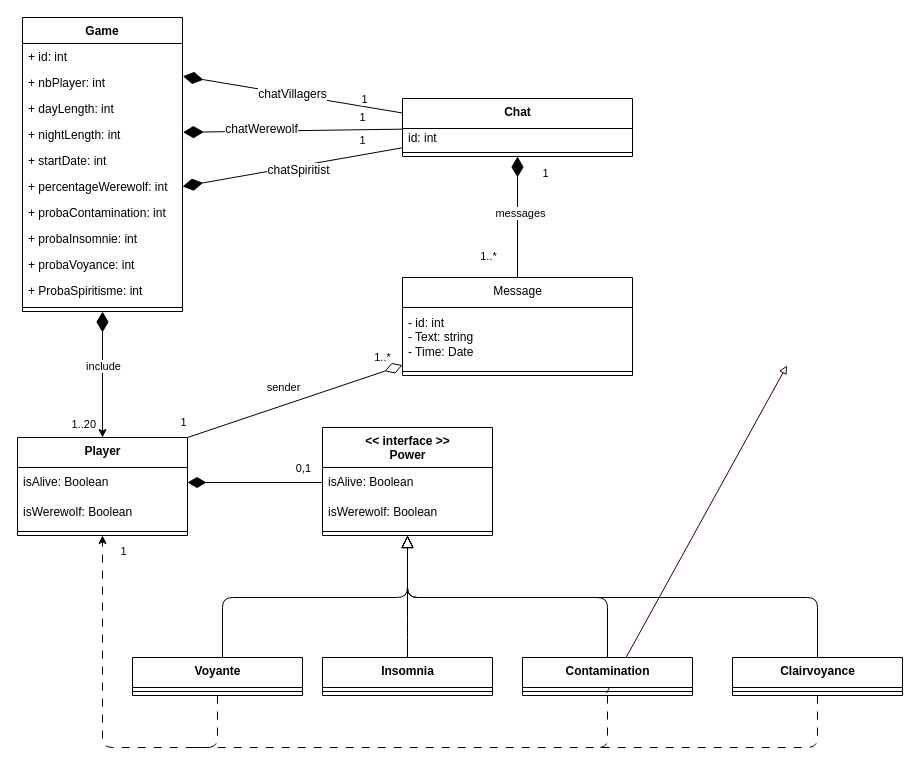
Above: documentation/server/diagramme_de_classes_analyse.drawio in gfhuth/werewolf (draw.io), before the change. Source tidied: cells renumbered, new cells numbered last; positions are measured from the earlier drawing's top-left corner, leaving out a move shared by most shapes. Both pictures are drawn from the tidied source at 100%, with x=0, y=0 at pixel (17, 17).
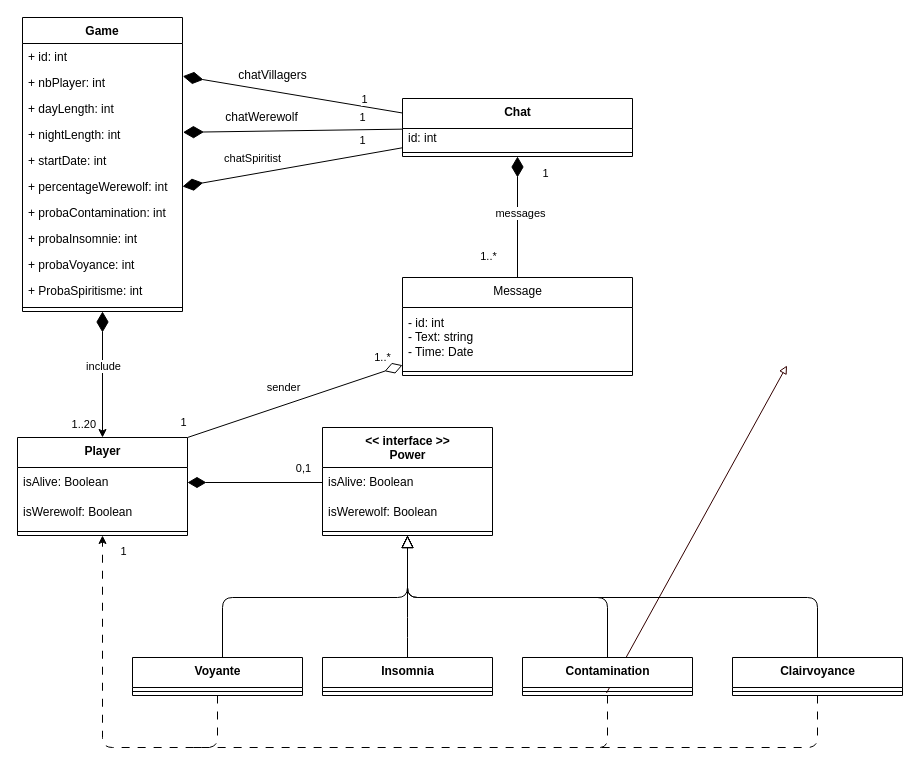
The same page after the edit.

The change refers to these unchanged cells:
```xml
<mxCell id="7" value="+ nbPlayer: int" style="text;strokeColor=none;fillColor=none;align=left;verticalAlign=top;spacingLeft=4;spacingRight=4;overflow=hidden;points=[[0,0.5],[1,0.5]];portConstraint=eastwest;" parent="5" vertex="1">
  <mxGeometry y="52" width="160" height="26" as="geometry" />
</mxCell>
<mxCell id="27" value="&lt;b&gt;Chat&lt;/b&gt;" style="swimlane;fontStyle=0;align=center;verticalAlign=top;horizontal=1;startSize=30;html=1;" parent="1" vertex="1">
  <mxGeometry x="385" y="81" width="230" height="58" as="geometry" />
</mxCell>
<mxCell id="36" style="edgeStyle=none;html=1;exitX=1;exitY=0.5;exitDx=0;exitDy=0;startArrow=diamondThin;startFill=1;startSize=18;endArrow=none;endFill=0;" parent="1" edge="1" source="11" target="27">
  <mxGeometry relative="1" as="geometry" />
</mxCell>
```

Diff of the diagram source:
```diff
@@
-    <mxCell id="20" style="edgeStyle=none;html=1;exitX=1;exitY=0.5;exitDx=0;exitDy=0;startArrow=diamondThin;startFill=1;startSize=18;endArrow=none;endFill=0;" parent="1" edge="1" target="27">
+    <mxCell id="20" style="edgeStyle=none;html=1;exitX=1;exitY=0.5;exitDx=0;exitDy=0;startArrow=diamondThin;startFill=1;startSize=18;endArrow=none;endFill=0;labelBackgroundColor=none;" parent="1" edge="1" target="27">
       <mxGeometry relative="1" as="geometry">
         <mxPoint x="165.5" y="114.8" as="sourcePoint" />
       </mxGeometry>
     </mxCell>
-    <mxCell id="21" value="&lt;span style=&quot;font-size: 12px; background-color: rgb(255, 255, 255);&quot;&gt;chatWerewolf&lt;/span&gt;" style="edgeLabel;html=1;align=center;verticalAlign=middle;" parent="20" vertex="1">
+    <mxCell id="21" value="&lt;span style=&quot;font-size: 12px;&quot;&gt;chatWerewolf&lt;/span&gt;" style="edgeLabel;html=1;align=center;verticalAlign=middle;labelBackgroundColor=none;" parent="20" vertex="1">
       <mxGeometry x="0.29" y="-3" relative="1" as="geometry">
-        <mxPoint x="-64" y="-4" as="offset" />
+        <mxPoint x="-64" y="-16" as="offset" />
       </mxGeometry>
     </mxCell>
@@
-    <mxCell id="34" value="&lt;span style=&quot;font-size: 12px; background-color: rgb(255, 255, 255);&quot;&gt;chatVillagers&lt;/span&gt;" style="edgeStyle=none;html=1;exitX=1.002;exitY=0.259;exitDx=0;exitDy=0;entryX=0;entryY=0.25;entryDx=0;entryDy=0;exitPerimeter=0;startArrow=diamondThin;startFill=1;startSize=18;endArrow=none;endFill=0;" parent="1" edge="1" source="7" target="27">
-      <mxGeometry relative="1" as="geometry" />
+    <mxCell id="34" value="&lt;span style=&quot;font-size: 12px;&quot;&gt;chatVillagers&lt;/span&gt;" style="edgeStyle=none;html=1;exitX=1.002;exitY=0.259;exitDx=0;exitDy=0;entryX=0;entryY=0.25;entryDx=0;entryDy=0;exitPerimeter=0;startArrow=diamondThin;startFill=1;startSize=18;endArrow=none;endFill=0;labelBackgroundColor=none;" parent="1" edge="1" source="7" target="27">
+      <mxGeometry x="-0.21" y="15" relative="1" as="geometry" />
     </mxCell>
@@
-    <mxCell id="37" value="&lt;span style=&quot;font-size: 12px; background-color: rgb(255, 255, 255);&quot;&gt;chatSpiritist&lt;/span&gt;" style="edgeLabel;html=1;align=center;verticalAlign=middle;" parent="36" vertex="1">
+    <mxCell id="37" value="chatSpiritist" style="edgeLabel;align=center;verticalAlign=middle;labelBackgroundColor=none;labelBorderColor=none;html=1;" parent="36" vertex="1">
       <mxGeometry x="-0.12" y="2" relative="1" as="geometry">
-        <mxPoint x="19" y="2" as="offset" />
+        <mxPoint x="-27" y="-10" as="offset" />
       </mxGeometry>
     </mxCell>
```
